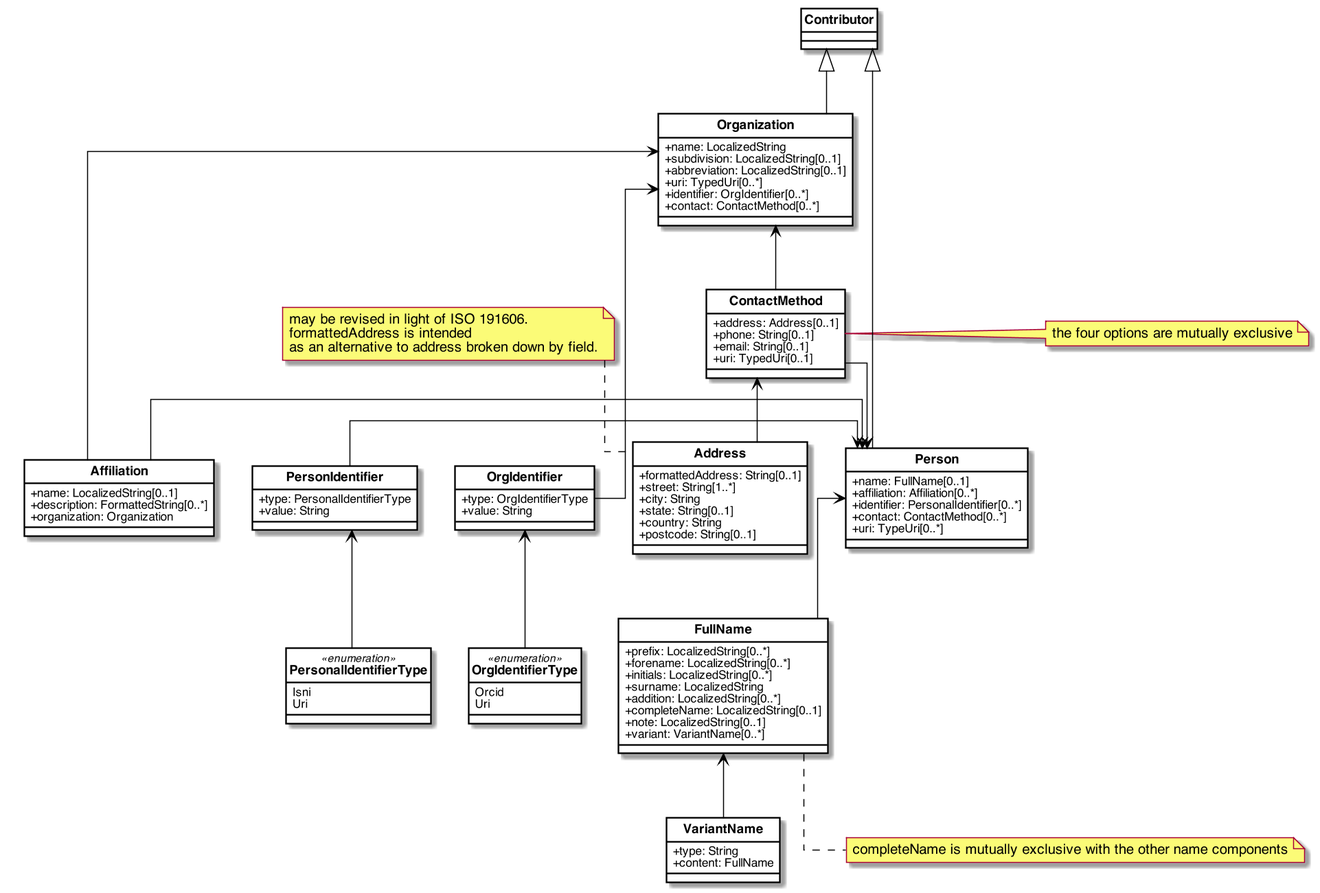
Above: images/RelBib_Contributor.png in relaton/relaton-models (PlantUML), before the change. Source of this version:
```plantuml
@startuml RelBib_Contributor


skinparam Dpi 150
skinparam Monochrome false
skinparam LineType ortho
hide circle
skinparam Default {
  TextAlignment center
  FontName Helvetica
}
skinparam Class {
  AttributeIconSize 0
  BackgroundColor White
  ArrowColor Black
  BorderColor Black
  FontStyle bold
  StereotypeFontSize 10
}
skinparam Rectangle {
  BackgroundColor White
  ArrowColor Black
  BorderColor Black
  FontStyle bold
  FontSize 11
  StereotypeFontSize 10
}
skinparam Object {
  BackgroundColor White
  ArrowColor Black
  BorderColor Black
  FontStyle bold
  FontSize 11
  StereotypeFontSize 10
}

skinparam Entity {
  StereotypeFontSize 10
}




class Contributor {

}

together {
    class Person{
        +name: FullName[0..1]
        +affiliation: Affiliation[0..*]
        +identifier: PersonalIdentifier[0..*]
        +contact: ContactMethod[0..*]
        +uri: TypeUri[0..*]
    }

    class ContactMethod{
        +address: Address[0..1]
        +phone: String[0..1]
        +email: String[0..1]
        +uri: TypedUri[0..1]
    }

    class Organization{
        +name: LocalizedString
        +subdivision: LocalizedString[0..1]
        +abbreviation: LocalizedString[0..1]
        +uri: TypedUri[0..*]
        +identifier: OrgIdentifier[0..*]
        +contact: ContactMethod[0..*]
    }

class Address {
    +formattedAddress: String[0..1]
    +street: String[1..*]
    +city: String
    +state: String[0..1]
    +country: String
    +postcode: String[0..1]
}
}

together {
    class PersonIdentifier {
        +type: PersonalIdentifierType
        +value: String
    }

    class Affiliation{
        +name: LocalizedString[0..1]
        +description: FormattedString[0..*]
        +organization: Organization
    }

    class OrgIdentifier{
        +type: OrgIdentifierType
        +value: String
    }

}


together {
    enum PersonalIdentifierType <<enumeration>>{
        Isni
        Uri
    }

    class FullName{
        +prefix: LocalizedString[0..*]
        +forename: LocalizedString[0..*]
        +initials: LocalizedString[0..*]
        +surname: LocalizedString
        +addition: LocalizedString[0..*]
        +completeName: LocalizedString[0..1]
        +note: LocalizedString[0..1]
        +variant: VariantName[0..*]
    }

    class VariantName{
       +type: String
       +content: FullName
    }

    enum OrgIdentifierType <<enumeration>>{
        Orcid
        Uri
    }
}


note right of ContactMethod: the four options are mutually exclusive
note top of Address: may be revised in light of ISO 191606.\nformattedAddress is intended\nas an alternative to address broken down by field.
note bottom of FullName: completeName is mutually exclusive with the other name components


Contributor <|-- Person
Contributor <|-- Organization

Organization <-- ContactMethod
ContactMethod --> Person

Person <-- PersonIdentifier
PersonIdentifier <-- PersonalIdentifierType

Person <-left- Affiliation
Affiliation -right-> Organization

ContactMethod <-- Address

Person <-- FullName

Organization <-- OrgIdentifier
OrgIdentifier <-- OrgIdentifierType

FullName <-- VariantName

@enduml
```
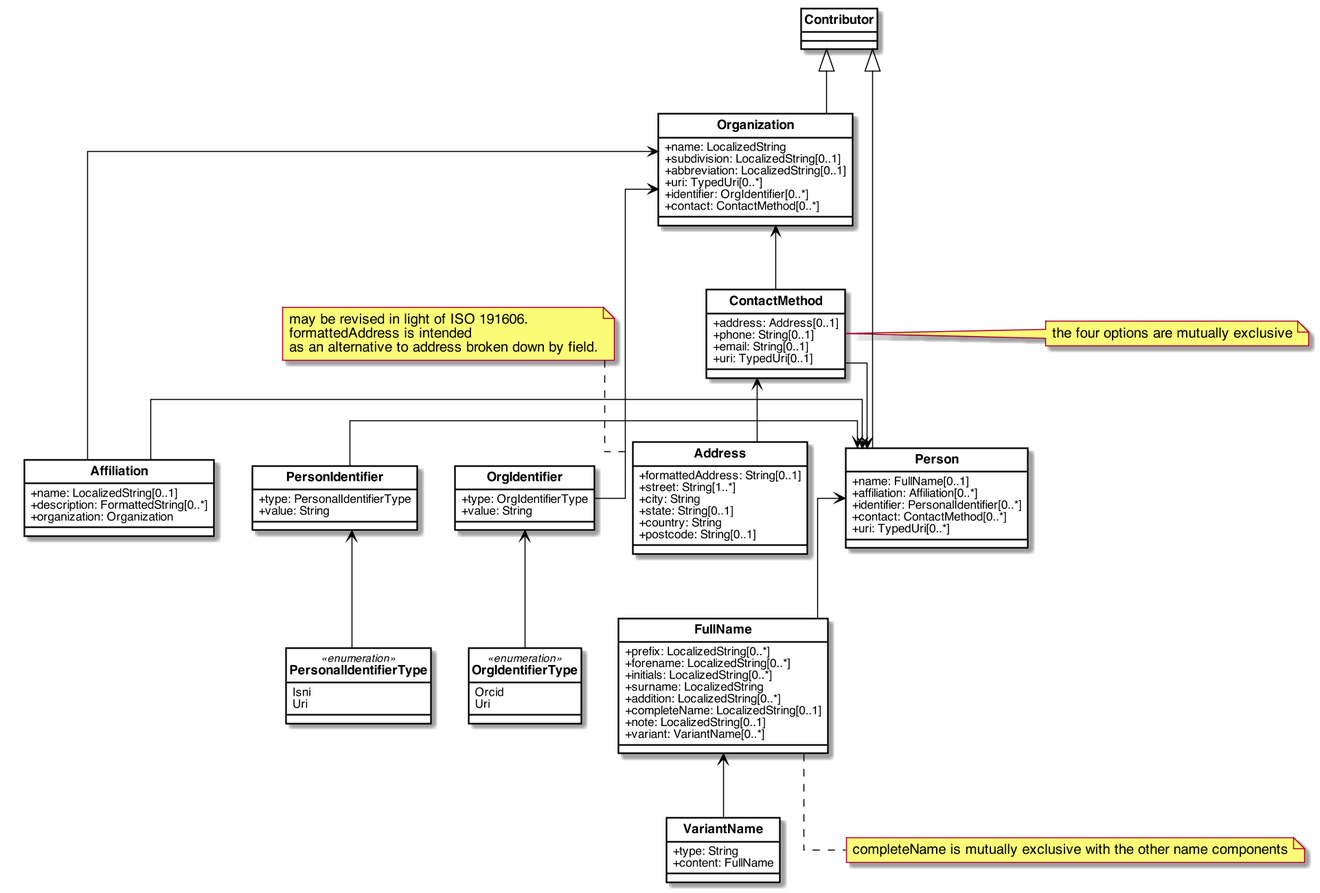
Above is the later version.

What changed in the source:
```diff
@@ -51,7 +51,7 @@
         +affiliation: Affiliation[0..*]
         +identifier: PersonalIdentifier[0..*]
         +contact: ContactMethod[0..*]
-        +uri: TypeUri[0..*]
+        +uri: TypedUri[0..*]
     }
 
     class ContactMethod{
```
